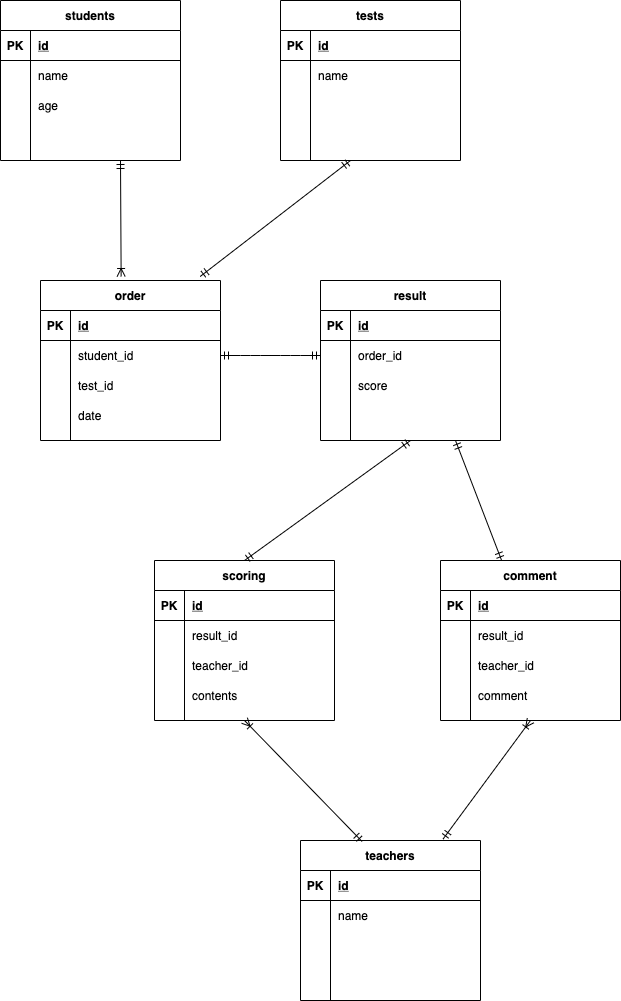
Earlier version of the draw.io export diagrams.net/index.drawio.png (ckckdo/20211002suzutani). Source tidied: cells renumbered, new cells last; positions are measured from the earlier drawing's top-left corner, leaving out a move shared by most shapes.
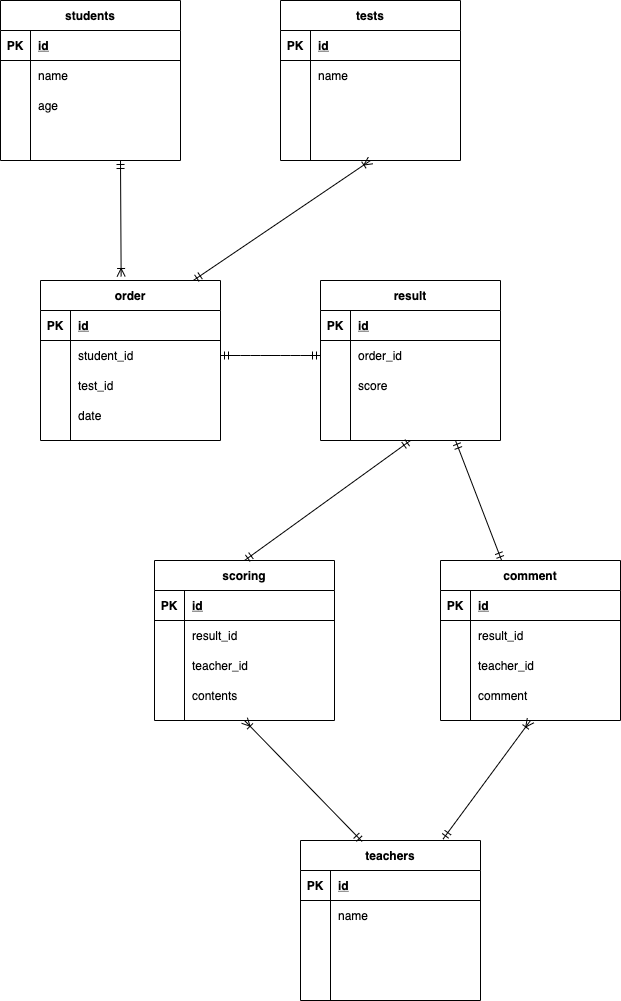
After the commit.

Change to the diagram source:
```diff
@@ -280,11 +280,6 @@
         <mxPoint x="120" y="160" as="sourcePoint" />
       </mxGeometry>
     </mxCell>
-    <mxCell id="94" style="fontSize=12;html=1;endArrow=ERmandOne;startArrow=ERmandOne;exitX=0.887;exitY=-0.025;exitDx=0;exitDy=0;exitPerimeter=0;" parent="1" edge="1" source="28">
-      <mxGeometry relative="1" as="geometry">
-        <mxPoint x="350" y="160" as="targetPoint" />
-      </mxGeometry>
-    </mxCell>
     <mxCell id="95" style="edgeStyle=entityRelationEdgeStyle;fontSize=12;html=1;endArrow=ERmandOne;startArrow=ERmandOne;exitX=1;exitY=0.5;exitDx=0;exitDy=0;entryX=0;entryY=0.5;entryDx=0;entryDy=0;" parent="1" edge="1" source="32" target="45">
       <mxGeometry relative="1" as="geometry" />
     </mxCell>
@@ -300,5 +295,8 @@
     <mxCell id="99" style="fontSize=12;html=1;endArrow=ERmandOne;startArrow=ERmandOne;exitX=0.34;exitY=0.001;exitDx=0;exitDy=0;entryX=0.75;entryY=1;entryDx=0;entryDy=0;exitPerimeter=0;" parent="1" edge="1" source="67" target="41">
       <mxGeometry relative="1" as="geometry" />
     </mxCell>
+    <mxCell id="100" style="fontSize=12;html=1;endArrow=ERoneToMany;startArrow=ERmandOne;entryX=0.5;entryY=1;entryDx=0;entryDy=0;exitX=0.85;exitY=-0.001;exitDx=0;exitDy=0;exitPerimeter=0;" parent="1" edge="1" source="28" target="15">
+      <mxGeometry relative="1" as="geometry" />
+    </mxCell>
   </root>
 </mxGraphModel>
```
